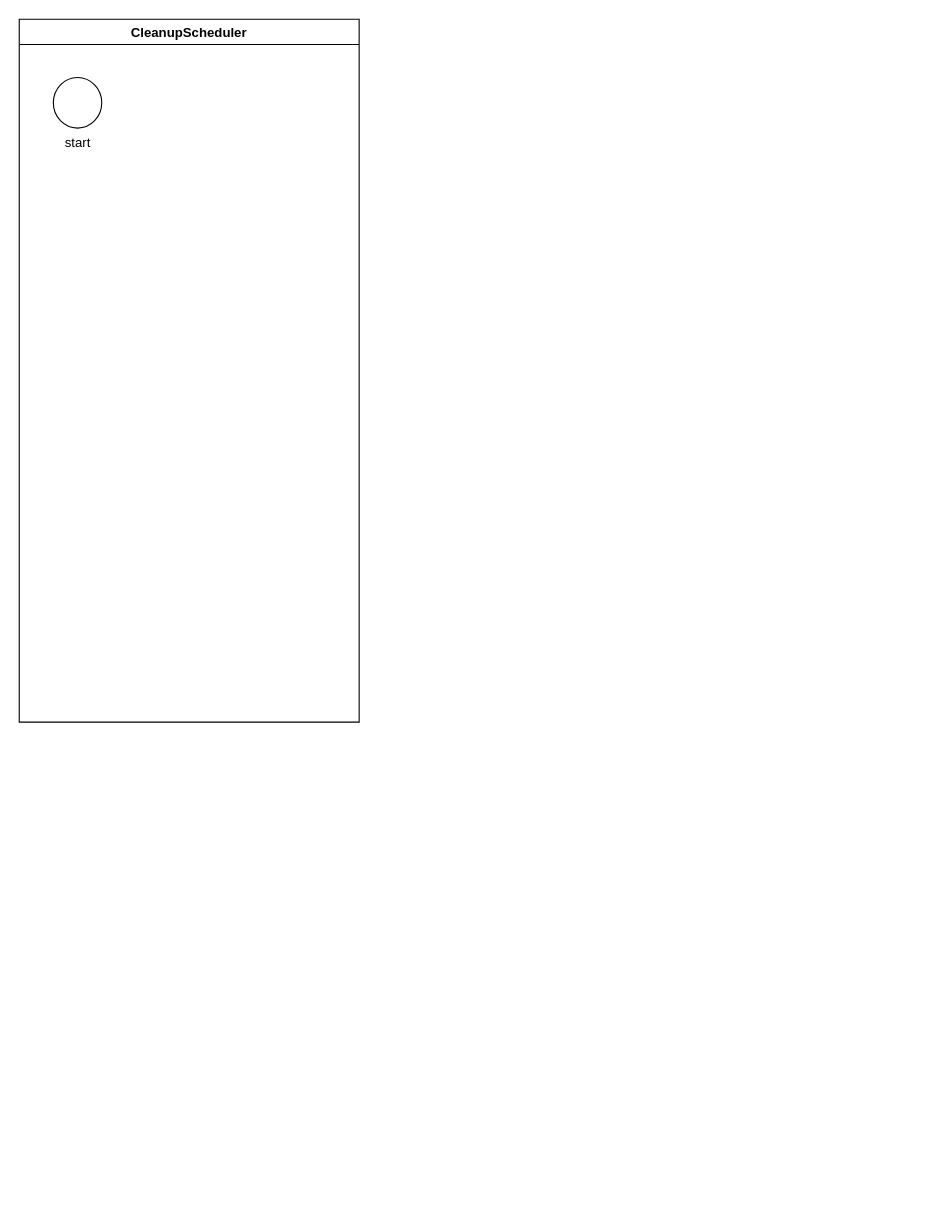
Above: page "Cleanup the obsolete workers" (1 of 2) of kafka-zeebe-connect.drawio in minhtran-q/zeebe-kafka-connect (draw.io), before the change. Source tidied: cells renumbered, new cells numbered last; positions are measured from the earlier drawing's top-left corner, leaving out a move shared by most shapes. Both pictures are drawn from the tidied source at 110%, with x=0, y=0 at pixel (19, 19).
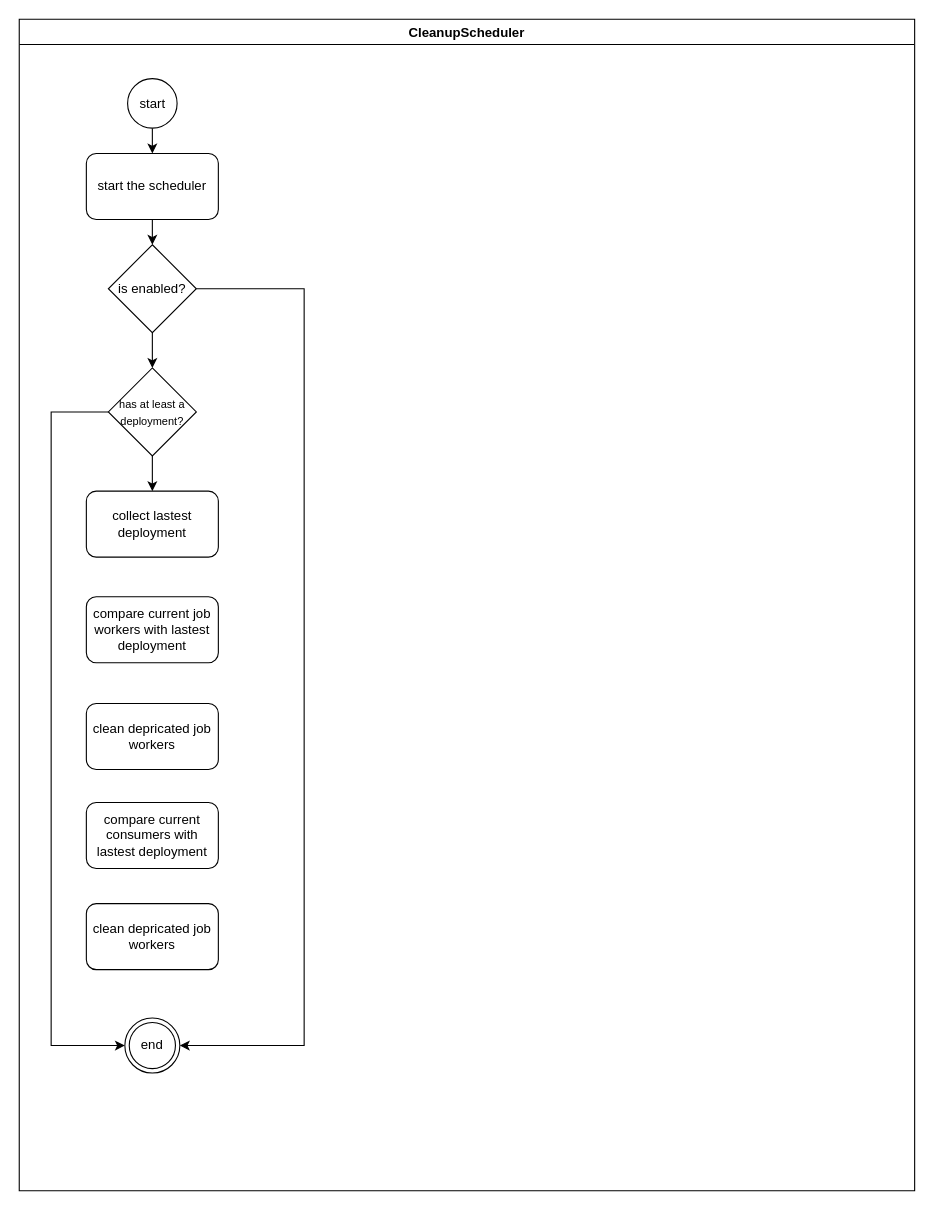
The same diagram, later.

Change to the diagram source:
```diff
@@
     <mxCell id="2" value="CleanupScheduler" style="swimlane;" parent="1" vertex="1">
-      <mxGeometry width="309" height="639" as="geometry" />
+      <mxGeometry width="814" height="1065" as="geometry" />
     </mxCell>
+    <mxCell id="4" style="edgeStyle=orthogonalEdgeStyle;rounded=0;jettySize=auto;html=1;fontSize=12;" parent="2" edge="1" source="5" target="8">
+      <mxGeometry relative="1" as="geometry" />
+    </mxCell>
+    <mxCell id="5" value="start the scheduler" style="rounded=1;whiteSpace=wrap;html=1;" parent="2" vertex="1">
+      <mxGeometry x="61" y="122" width="120" height="60" as="geometry" />
+    </mxCell>
+    <mxCell id="6" style="edgeStyle=orthogonalEdgeStyle;rounded=0;jettySize=auto;html=1;entryX=1;entryY=0.5;entryDx=0;entryDy=0;fontSize=12;" parent="2" edge="1" source="8" target="16">
+      <mxGeometry relative="1" as="geometry">
+        <Array as="points">
+          <mxPoint x="259" y="245" />
+          <mxPoint x="259" y="933" />
+        </Array>
+      </mxGeometry>
+    </mxCell>
+    <mxCell id="7" style="edgeStyle=orthogonalEdgeStyle;rounded=0;jettySize=auto;html=1;fontSize=12;" parent="2" edge="1" source="8" target="11">
+      <mxGeometry relative="1" as="geometry" />
+    </mxCell>
+    <mxCell id="8" value="is enabled?" style="rhombus;whiteSpace=wrap;html=1;" parent="2" vertex="1">
+      <mxGeometry x="81" y="205" width="80" height="80" as="geometry" />
+    </mxCell>
+    <mxCell id="9" style="edgeStyle=orthogonalEdgeStyle;rounded=0;jettySize=auto;html=1;fontSize=12;" parent="2" edge="1" source="11" target="12">
+      <mxGeometry relative="1" as="geometry" />
+    </mxCell>
+    <mxCell id="10" style="edgeStyle=orthogonalEdgeStyle;rounded=0;jettySize=auto;html=1;entryX=0;entryY=0.5;entryDx=0;entryDy=0;fontSize=12;" parent="2" edge="1" source="11" target="16">
+      <mxGeometry relative="1" as="geometry">
+        <Array as="points">
+          <mxPoint x="29" y="357" />
+          <mxPoint x="29" y="933" />
+        </Array>
+      </mxGeometry>
+    </mxCell>
+    <mxCell id="11" value="&lt;font style=&quot;font-size: 10px&quot;&gt;has at least a deployment?&lt;/font&gt;" style="rhombus;whiteSpace=wrap;html=1;" parent="2" vertex="1">
+      <mxGeometry x="81" y="317" width="80" height="80" as="geometry" />
+    </mxCell>
+    <mxCell id="12" value="collect lastest deployment" style="rounded=1;whiteSpace=wrap;html=1;" parent="2" vertex="1">
+      <mxGeometry x="61" y="429" width="120" height="60" as="geometry" />
+    </mxCell>
+    <mxCell id="13" value="compare current job workers with lastest deployment" style="rounded=1;whiteSpace=wrap;html=1;" parent="2" vertex="1">
+      <mxGeometry x="61" y="525" width="120" height="60" as="geometry" />
+    </mxCell>
+    <mxCell id="14" value="&lt;font style=&quot;font-size: 12px&quot;&gt;clean depricated job workers&lt;/font&gt;" style="rounded=1;whiteSpace=wrap;html=1;fontSize=9;" parent="2" vertex="1">
+      <mxGeometry x="61" y="622" width="120" height="60" as="geometry" />
+    </mxCell>
+    <mxCell id="15" value="compare current consumers with lastest deployment" style="rounded=1;whiteSpace=wrap;html=1;" parent="2" vertex="1">
+      <mxGeometry x="61" y="712" width="120" height="60" as="geometry" />
+    </mxCell>
+    <mxCell id="16" value="end" style="ellipse;shape=doubleEllipse;whiteSpace=wrap;html=1;fontSize=12;" parent="2" vertex="1">
+      <mxGeometry x="96" y="908" width="50" height="50" as="geometry" />
+    </mxCell>
+    <mxCell id="17" style="edgeStyle=orthogonalEdgeStyle;rounded=0;jettySize=auto;html=1;fontSize=12;" parent="2" edge="1" source="3" target="5">
+      <mxGeometry relative="1" as="geometry" />
+    </mxCell>
-    <mxCell id="3" value="start" style="verticalLabelPosition=bottom;verticalAlign=top;html=1;shape=mxgraph.flowchart.on-page_reference;" parent="2" vertex="1">
-      <mxGeometry x="31" y="53" width="44" height="46" as="geometry" />
+    <mxCell id="3" value="start" style="ellipse;whiteSpace=wrap;html=1;fontSize=12;" parent="2" vertex="1">
+      <mxGeometry x="98.5" y="54" width="45" height="45" as="geometry" />
     </mxCell>
+    <mxCell id="18" value="&lt;font style=&quot;font-size: 12px&quot;&gt;clean depricated job workers&lt;/font&gt;" style="rounded=1;whiteSpace=wrap;html=1;fontSize=9;" parent="2" vertex="1">
+      <mxGeometry x="61" y="804" width="120" height="60" as="geometry" />
+    </mxCell>
```
